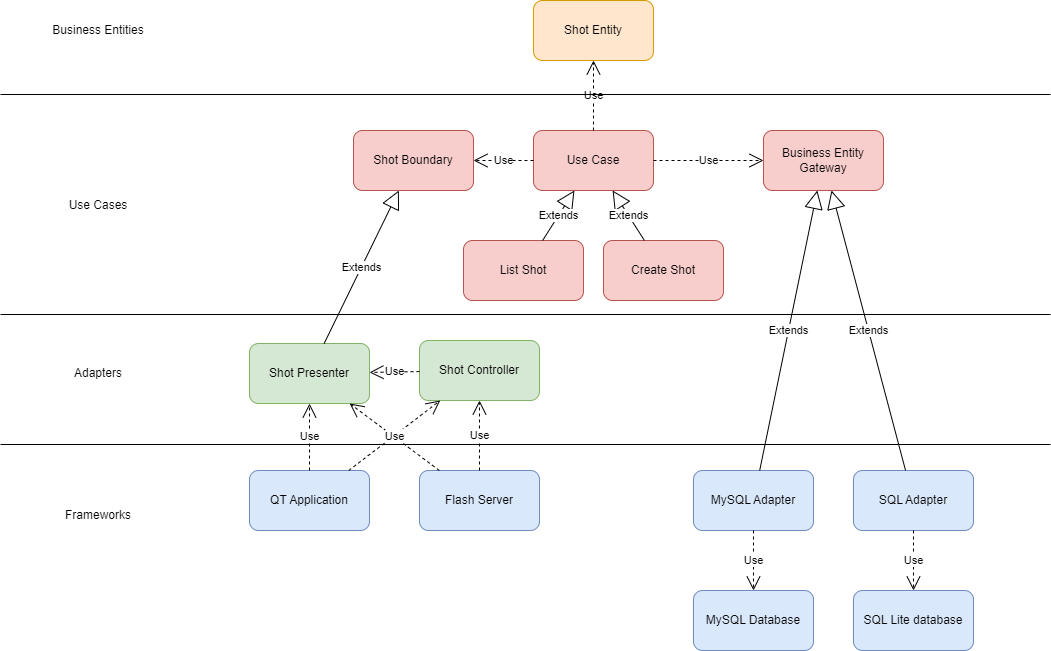
Above: uml.png in josuperstar/clean-architecture (draw.io), before the change. Source tidied: cells renumbered, new cells last; positions are measured from the earlier drawing's top-left corner, leaving out a move shared by most shapes.
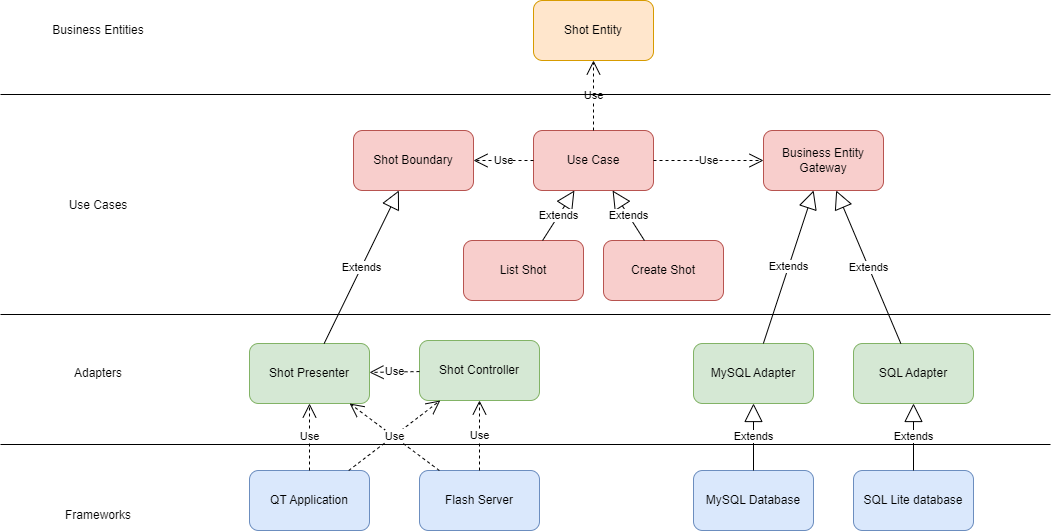
The same file after the commit.

Diff of the diagram source:
```diff
@@ -23,8 +23,8 @@
     <mxCell id="8" value="Business Entity Gateway" style="rounded=1;whiteSpace=wrap;html=1;fillColor=#f8cecc;strokeColor=#b85450;" parent="1" vertex="1">
       <mxGeometry x="763" y="130" width="120" height="60" as="geometry" />
     </mxCell>
-    <mxCell id="9" value="SQL Adapter" style="rounded=1;whiteSpace=wrap;html=1;fillColor=#dae8fc;strokeColor=#6c8ebf;" parent="1" vertex="1">
-      <mxGeometry x="853" y="470" width="120" height="60" as="geometry" />
+    <mxCell id="9" value="SQL Adapter" style="rounded=1;whiteSpace=wrap;html=1;fillColor=#d5e8d4;strokeColor=#82b366;" parent="1" vertex="1">
+      <mxGeometry x="853" y="343" width="120" height="60" as="geometry" />
     </mxCell>
     <mxCell id="10" value="Shot Controller" style="rounded=1;whiteSpace=wrap;html=1;fillColor=#d5e8d4;strokeColor=#82b366;" parent="1" vertex="1">
       <mxGeometry x="419" y="340" width="120" height="60" as="geometry" />
@@ -48,11 +48,8 @@
       <mxGeometry relative="1" as="geometry" />
     </mxCell>
     <mxCell id="17" value="SQL Lite database" style="rounded=1;whiteSpace=wrap;html=1;fillColor=#dae8fc;strokeColor=#6c8ebf;" parent="1" vertex="1">
-      <mxGeometry x="853" y="590" width="120" height="60" as="geometry" />
+      <mxGeometry x="853" y="470" width="120" height="60" as="geometry" />
     </mxCell>
-    <mxCell id="18" value="Use" style="endArrow=open;endSize=12;dashed=1;html=1;rounded=0;" parent="1" edge="1" source="9" target="17">
-      <mxGeometry relative="1" as="geometry" />
-    </mxCell>
     <mxCell id="19" value="Use" style="endArrow=open;endSize=12;dashed=1;html=1;rounded=0;" parent="1" edge="1" source="3" target="6">
       <mxGeometry relative="1" as="geometry" />
     </mxCell>
@@ -86,15 +83,12 @@
     <mxCell id="29" style="line;strokeWidth=1;fillColor=none;align=left;verticalAlign=middle;spacingTop=-1;spacingLeft=3;spacingRight=3;labelPosition=right;strokeColor=inherit;" parent="1" vertex="1">
       <mxGeometry y="90" width="1050" height="8" as="geometry" />
     </mxCell>
-    <mxCell id="30" value="MySQL Adapter" style="rounded=1;whiteSpace=wrap;html=1;fillColor=#dae8fc;strokeColor=#6c8ebf;" parent="1" vertex="1">
-      <mxGeometry x="693" y="470" width="120" height="60" as="geometry" />
+    <mxCell id="30" value="MySQL Adapter" style="rounded=1;whiteSpace=wrap;html=1;fillColor=#d5e8d4;strokeColor=#82b366;" parent="1" vertex="1">
+      <mxGeometry x="693" y="343" width="120" height="60" as="geometry" />
     </mxCell>
     <mxCell id="31" value="MySQL Database" style="rounded=1;whiteSpace=wrap;html=1;fillColor=#dae8fc;strokeColor=#6c8ebf;" parent="1" vertex="1">
-      <mxGeometry x="693" y="590" width="120" height="60" as="geometry" />
+      <mxGeometry x="693" y="470" width="120" height="60" as="geometry" />
     </mxCell>
-    <mxCell id="32" value="Use" style="endArrow=open;endSize=12;dashed=1;html=1;rounded=0;" parent="1" edge="1" source="30" target="31">
-      <mxGeometry relative="1" as="geometry" />
-    </mxCell>
     <mxCell id="33" value="Extends" style="endArrow=block;endSize=16;endFill=0;html=1;rounded=0;" parent="1" edge="1" source="30" target="8">
       <mxGeometry relative="1" as="geometry" />
     </mxCell>
@@ -110,5 +104,11 @@
     <mxCell id="37" value="Frameworks" style="text;html=1;strokeColor=none;fillColor=none;align=center;verticalAlign=middle;whiteSpace=wrap;rounded=0;" parent="1" vertex="1">
       <mxGeometry x="43" y="500" width="110" height="30" as="geometry" />
     </mxCell>
+    <mxCell id="38" value="Extends" style="endArrow=block;endSize=16;endFill=0;html=1;rounded=0;" parent="1" edge="1" source="31" target="30">
+      <mxGeometry relative="1" as="geometry" />
+    </mxCell>
+    <mxCell id="39" value="Extends" style="endArrow=block;endSize=16;endFill=0;html=1;rounded=0;" parent="1" edge="1" source="17" target="9">
+      <mxGeometry relative="1" as="geometry" />
+    </mxCell>
   </root>
 </mxGraphModel>
```
